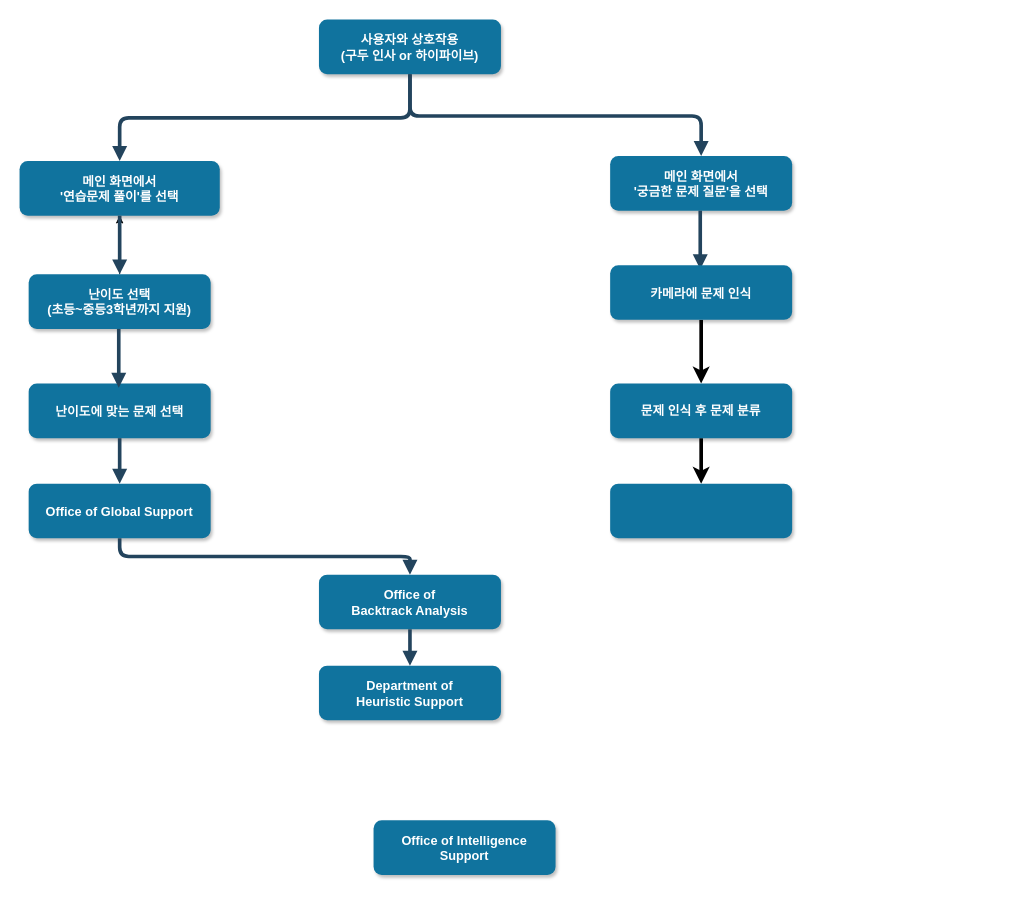
Above: Untitled Diagram.drawio in ssubin29/lastCLC (draw.io), before the change. Source tidied: cells renumbered, new cells numbered last; positions are measured from the earlier drawing's top-left corner, leaving out a move shared by most shapes. Both pictures are drawn from the tidied source at 91%, with x=0, y=0 at pixel (19, 19).
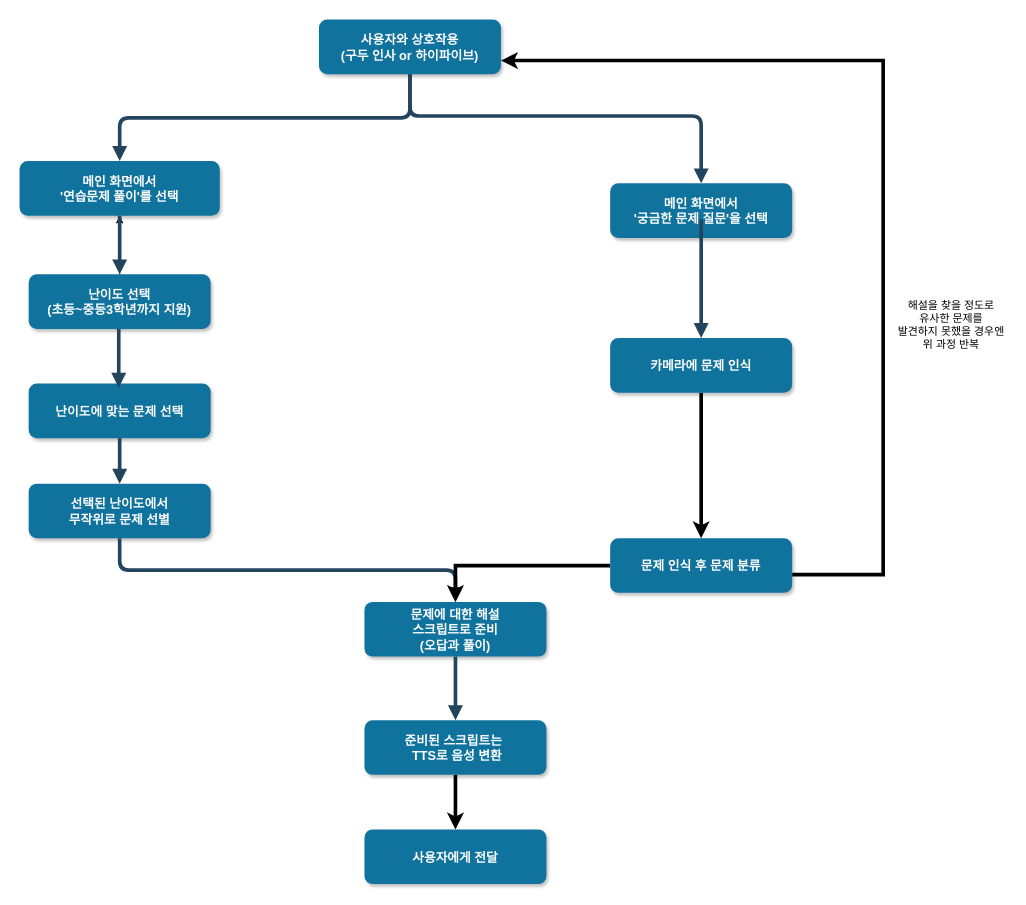
The same page after the edit.

The change refers to these unchanged cells:
```xml
<mxCell id="2" value="사용자와 상호작용&#10;(구두 인사 or 하이파이브)" style="rounded=1;fillColor=#10739E;strokeColor=none;shadow=1;gradientColor=none;fontStyle=1;fontColor=#FFFFFF;fontSize=14;" parent="1" vertex="1">
  <mxGeometry x="329" width="200" height="60" as="geometry" />
</mxCell>
```

Change to the diagram source:
```diff
@@
     <mxCell id="6" value="메인 화면에서&#10;'궁금한 문제 질문'을 선택" style="rounded=1;fillColor=#10739E;strokeColor=none;shadow=1;gradientColor=none;fontStyle=1;fontColor=#FFFFFF;fontSize=14;" parent="1" vertex="1">
-      <mxGeometry x="649" y="150" width="200" height="60" as="geometry" />
+      <mxGeometry x="649" y="180" width="200" height="60" as="geometry" />
     </mxCell>
@@
-    <mxCell id="8" value="Office of Global Support" style="rounded=1;fillColor=#10739E;strokeColor=none;shadow=1;gradientColor=none;fontStyle=1;fontColor=#FFFFFF;fontSize=14;" parent="1" vertex="1">
+    <mxCell id="8" value="선택된 난이도에서&#10;무작위로 문제 선별" style="rounded=1;fillColor=#10739E;strokeColor=none;shadow=1;gradientColor=none;fontStyle=1;fontColor=#FFFFFF;fontSize=14;" parent="1" vertex="1">
       <mxGeometry x="10" y="510" width="200" height="60" as="geometry" />
     </mxCell>
-    <mxCell id="9" value="Office of &#10;Backtrack Analysis" style="rounded=1;fillColor=#10739E;strokeColor=none;shadow=1;gradientColor=none;fontStyle=1;fontColor=#FFFFFF;fontSize=14;" parent="1" vertex="1">
-      <mxGeometry x="329" y="610" width="200" height="60" as="geometry" />
+    <mxCell id="9" value="문제에 대한 해설 &#10;스크립트로 준비&#10;(오답과 풀이)" style="rounded=1;fillColor=#10739E;strokeColor=none;shadow=1;gradientColor=none;fontStyle=1;fontColor=#FFFFFF;fontSize=14;" parent="1" vertex="1">
+      <mxGeometry x="379" y="640" width="200" height="60" as="geometry" />
     </mxCell>
+    <mxCell id="25" style="edgeStyle=orthogonalEdgeStyle;rounded=0;jettySize=auto;html=1;strokeWidth=4;" parent="1" edge="1" source="10" target="11">
+      <mxGeometry relative="1" as="geometry" />
+    </mxCell>
-    <mxCell id="10" value="Department of &#10;Heuristic Support" style="rounded=1;fillColor=#10739E;strokeColor=none;shadow=1;gradientColor=none;fontStyle=1;fontColor=#FFFFFF;fontSize=14;" parent="1" vertex="1">
-      <mxGeometry x="329" y="710" width="200" height="60" as="geometry" />
+    <mxCell id="10" value="준비된 스크립트는 &#10; TTS로 음성 변환" style="rounded=1;fillColor=#10739E;strokeColor=none;shadow=1;gradientColor=none;fontStyle=1;fontColor=#FFFFFF;fontSize=14;" parent="1" vertex="1">
+      <mxGeometry x="379" y="770" width="200" height="60" as="geometry" />
     </mxCell>
-    <mxCell id="11" value="Office of Intelligence &#10;Support" style="rounded=1;fillColor=#10739E;strokeColor=none;shadow=1;gradientColor=none;fontStyle=1;fontColor=#FFFFFF;fontSize=14;" parent="1" vertex="1">
-      <mxGeometry x="389" y="880" width="200" height="60" as="geometry" />
+    <mxCell id="11" value="사용자에게 전달" style="rounded=1;fillColor=#10739E;strokeColor=none;shadow=1;gradientColor=none;fontStyle=1;fontColor=#FFFFFF;fontSize=14;" parent="1" vertex="1">
+      <mxGeometry x="379" y="890" width="200" height="60" as="geometry" />
     </mxCell>
@@
-    <mxCell id="18" style="edgeStyle=elbowEdgeStyle;elbow=vertical;strokeWidth=4;endArrow=block;endFill=1;fontStyle=1;strokeColor=#23445D;" parent="1" edge="1">
+    <mxCell id="18" style="edgeStyle=elbowEdgeStyle;elbow=vertical;strokeWidth=4;endArrow=block;endFill=1;fontStyle=1;strokeColor=#23445D;entryX=0.5;entryY=0;entryDx=0;entryDy=0;" parent="1" edge="1" target="21">
       <mxGeometry x="660" y="160" as="geometry">
-        <mxPoint x="748" y="210" as="sourcePoint" />
-        <mxPoint x="748" y="274.5" as="targetPoint" />
-        <Array as="points">
-          <mxPoint x="1377" y="210.5" />
-        </Array>
+        <mxPoint x="749" y="220" as="sourcePoint" />
       </mxGeometry>
     </mxCell>
@@
     <mxCell id="21" value="카메라에 문제 인식" style="rounded=1;fillColor=#10739E;strokeColor=none;shadow=1;gradientColor=none;fontStyle=1;fontColor=#FFFFFF;fontSize=14;" parent="1" vertex="1">
-      <mxGeometry x="649" y="270" width="200" height="60" as="geometry" />
+      <mxGeometry x="649" y="350" width="200" height="60" as="geometry" />
     </mxCell>
-    <mxCell id="22" style="edgeStyle=orthogonalEdgeStyle;rounded=0;jettySize=auto;html=1;strokeWidth=4;" parent="1" edge="1" source="23" target="24">
+    <mxCell id="22" style="edgeStyle=orthogonalEdgeStyle;rounded=0;jettySize=auto;html=1;strokeWidth=4;entryX=0.5;entryY=0;entryDx=0;entryDy=0;" parent="1" edge="1" source="23" target="9">
       <mxGeometry relative="1" as="geometry" />
     </mxCell>
+    <mxCell id="26" style="edgeStyle=orthogonalEdgeStyle;rounded=0;jettySize=auto;html=1;strokeWidth=4;entryX=1;entryY=0.75;entryDx=0;entryDy=0;" parent="1" edge="1" source="23" target="2">
+      <mxGeometry relative="1" as="geometry">
+        <Array as="points">
+          <mxPoint x="949" y="610" />
+          <mxPoint x="949" y="45" />
+        </Array>
+      </mxGeometry>
+    </mxCell>
     <mxCell id="23" value="문제 인식 후 문제 분류" style="whiteSpace=wrap;html=1;rounded=1;shadow=1;fontSize=14;fontColor=#FFFFFF;fontStyle=1;strokeColor=none;fillColor=#10739E;" parent="1" vertex="1">
-      <mxGeometry x="649" y="400" width="200" height="60" as="geometry" />
+      <mxGeometry x="649" y="570" width="200" height="60" as="geometry" />
     </mxCell>
-    <mxCell id="24" style="whiteSpace=wrap;html=1;rounded=1;shadow=1;fontSize=14;fontColor=#FFFFFF;fontStyle=1;strokeColor=none;fillColor=#10739E;" parent="1" vertex="1">
-      <mxGeometry x="649" y="510" width="200" height="60" as="geometry" />
-    </mxCell>
+    <mxCell id="27" value="해설을 찾을 정도로&#10;유사한 문제를&#10;발견하지 못했을 경우엔&#10;위 과정 반복" style="text;strokeColor=none;fillColor=none;align=center;verticalAlign=middle;spacingLeft=4;spacingRight=4;overflow=hidden;" parent="1" vertex="1">
+      <mxGeometry x="959" y="270" width="130" height="130" as="geometry" />
+    </mxCell>
```
